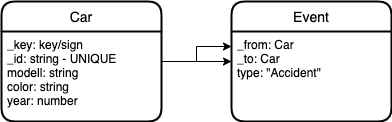
Earlier version of the draw.io export images/8.Schema.png (tog-leanix/schemalose-db-arangoDB). Source tidied: cells renumbered, new cells last; positions are measured from the earlier drawing's top-left corner, leaving out a move shared by most shapes.
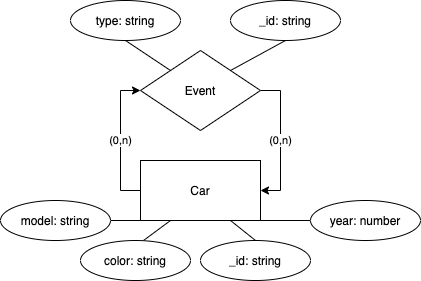
After the commit.

What changed in the source:
```diff
@@ -2,35 +2,53 @@
   <root>
     <mxCell id="0" />
     <mxCell id="1" parent="0" />
+    <mxCell id="8" value="(0,n)" style="edgeStyle=orthogonalEdgeStyle;rounded=0;jettySize=auto;html=1;exitX=0;exitY=0.5;exitDx=0;exitDy=0;entryX=0;entryY=0.5;entryDx=0;entryDy=0;" parent="1" edge="1" source="4" target="2">
+      <mxGeometry relative="1" as="geometry" />
+    </mxCell>
+    <mxCell id="4" value="Car" style="rounded=0;whiteSpace=wrap;html=1;" parent="1" vertex="1">
+      <mxGeometry x="190" y="80" width="120" height="60" as="geometry" />
+    </mxCell>
+    <mxCell id="9" value="(0,n)" style="edgeStyle=orthogonalEdgeStyle;rounded=0;jettySize=auto;html=1;exitX=1;exitY=0.5;exitDx=0;exitDy=0;entryX=1;entryY=0.5;entryDx=0;entryDy=0;" parent="1" edge="1" source="2" target="4">
+      <mxGeometry relative="1" as="geometry" />
+    </mxCell>
+    <mxCell id="10" style="edgeStyle=none;rounded=0;jettySize=auto;html=1;exitX=1;exitY=0;exitDx=0;exitDy=0;entryX=0.5;entryY=1;entryDx=0;entryDy=0;endArrow=none;endFill=0;" parent="1" edge="1" source="2" target="20">
+      <mxGeometry relative="1" as="geometry" />
+    </mxCell>
+    <mxCell id="11" style="edgeStyle=none;rounded=0;jettySize=auto;html=1;exitX=0;exitY=0;exitDx=0;exitDy=0;entryX=0.5;entryY=1;entryDx=0;entryDy=0;endArrow=none;endFill=0;" parent="1" edge="1" source="2" target="21">
+      <mxGeometry relative="1" as="geometry" />
+    </mxCell>
-    <mxCell id="2" value="Event" style="swimlane;horizontal=1;startSize=30;rounded=1;fontSize=14;fontStyle=0;strokeWidth=2;shadow=0;dashed=0;align=center;" parent="1" vertex="1">
-      <mxGeometry x="230" width="160" height="120" as="geometry" />
+    <mxCell id="2" value="Event" style="rhombus;whiteSpace=wrap;html=1;" parent="1" vertex="1">
+      <mxGeometry x="190" y="-30" width="120" height="80" as="geometry" />
     </mxCell>
-    <mxCell id="3" value="_from: Car&#10;_to: Car&#10;type: &quot;Accident&quot;" style="align=left;strokeColor=none;fillColor=none;spacingLeft=4;fontSize=12;verticalAlign=top;" parent="2" vertex="1">
-      <mxGeometry y="30" width="160" height="90" as="geometry" />
-    </mxCell>
-    <mxCell id="4" value="Car" style="swimlane;horizontal=1;startSize=30;rounded=1;fontSize=14;fontStyle=0;strokeWidth=2;shadow=0;dashed=0;align=center;" parent="1" vertex="1">
-      <mxGeometry width="160" height="120" as="geometry" />
-    </mxCell>
-    <mxCell id="5" value="_key: key/sign&#10;_id: string - UNIQUE&#10;modell: string&#10;color: string&#10;year: number&#10;" style="align=left;strokeColor=none;fillColor=none;spacingLeft=4;fontSize=12;verticalAlign=top;" parent="4" vertex="1">
-      <mxGeometry y="30" width="160" height="90" as="geometry" />
-    </mxCell>
-    <mxCell id="6" style="edgeStyle=orthogonalEdgeStyle;rounded=0;jettySize=auto;html=1;" parent="1" edge="1" source="5">
-      <mxGeometry relative="1" as="geometry">
-        <mxPoint x="230" y="45" as="targetPoint" />
-        <Array as="points">
-          <mxPoint x="195" y="60" />
-          <mxPoint x="195" y="45" />
-          <mxPoint x="230" y="45" />
-        </Array>
-      </mxGeometry>
-    </mxCell>
-    <mxCell id="7" style="edgeStyle=orthogonalEdgeStyle;rounded=0;jettySize=auto;html=1;entryX=0;entryY=0.5;entryDx=0;entryDy=0;" parent="1" edge="1" target="2">
-      <mxGeometry relative="1" as="geometry">
-        <mxPoint x="160" y="60" as="sourcePoint" />
-        <Array as="points">
-          <mxPoint x="160" y="60" />
-        </Array>
-      </mxGeometry>
-    </mxCell>
+    <mxCell id="12" style="rounded=0;jettySize=auto;html=1;exitX=1;exitY=0.5;exitDx=0;exitDy=0;entryX=0;entryY=1;entryDx=0;entryDy=0;endArrow=none;endFill=0;" parent="1" edge="1" source="13" target="4">
+      <mxGeometry relative="1" as="geometry" />
+    </mxCell>
+    <mxCell id="13" value="model: string" style="ellipse;whiteSpace=wrap;html=1;fillColor=#FFFFFF;" parent="1" vertex="1">
+      <mxGeometry x="50" y="120" width="110" height="40" as="geometry" />
+    </mxCell>
+    <mxCell id="14" style="rounded=0;jettySize=auto;html=1;exitX=0.5;exitY=0;exitDx=0;exitDy=0;entryX=0.75;entryY=1;entryDx=0;entryDy=0;endArrow=none;endFill=0;" parent="1" edge="1" source="15" target="4">
+      <mxGeometry relative="1" as="geometry" />
+    </mxCell>
+    <mxCell id="15" value="_id: string" style="ellipse;whiteSpace=wrap;html=1;fillColor=#FFFFFF;" parent="1" vertex="1">
+      <mxGeometry x="250" y="160" width="110" height="40" as="geometry" />
+    </mxCell>
+    <mxCell id="16" style="rounded=0;jettySize=auto;html=1;exitX=0.573;exitY=0;exitDx=0;exitDy=0;entryX=0.25;entryY=1;entryDx=0;entryDy=0;endArrow=none;endFill=0;exitPerimeter=0;" parent="1" edge="1" source="17" target="4">
+      <mxGeometry relative="1" as="geometry" />
+    </mxCell>
+    <mxCell id="17" value="color: string" style="ellipse;whiteSpace=wrap;html=1;fillColor=#FFFFFF;" parent="1" vertex="1">
+      <mxGeometry x="130" y="160" width="110" height="40" as="geometry" />
+    </mxCell>
+    <mxCell id="18" style="rounded=0;jettySize=auto;html=1;exitX=0;exitY=0.5;exitDx=0;exitDy=0;entryX=1;entryY=1;entryDx=0;entryDy=0;endArrow=none;endFill=0;" parent="1" edge="1" source="19" target="4">
+      <mxGeometry relative="1" as="geometry" />
+    </mxCell>
+    <mxCell id="19" value="year: number" style="ellipse;whiteSpace=wrap;html=1;fillColor=#FFFFFF;" parent="1" vertex="1">
+      <mxGeometry x="360" y="120" width="110" height="40" as="geometry" />
+    </mxCell>
+    <mxCell id="20" value="_id: string" style="ellipse;whiteSpace=wrap;html=1;fillColor=#FFFFFF;" parent="1" vertex="1">
+      <mxGeometry x="280" y="-80" width="110" height="40" as="geometry" />
+    </mxCell>
+    <mxCell id="21" value="type: string" style="ellipse;whiteSpace=wrap;html=1;fillColor=#FFFFFF;" parent="1" vertex="1">
+      <mxGeometry x="120" y="-80" width="110" height="40" as="geometry" />
+    </mxCell>
   </root>
 </mxGraphModel>
```
